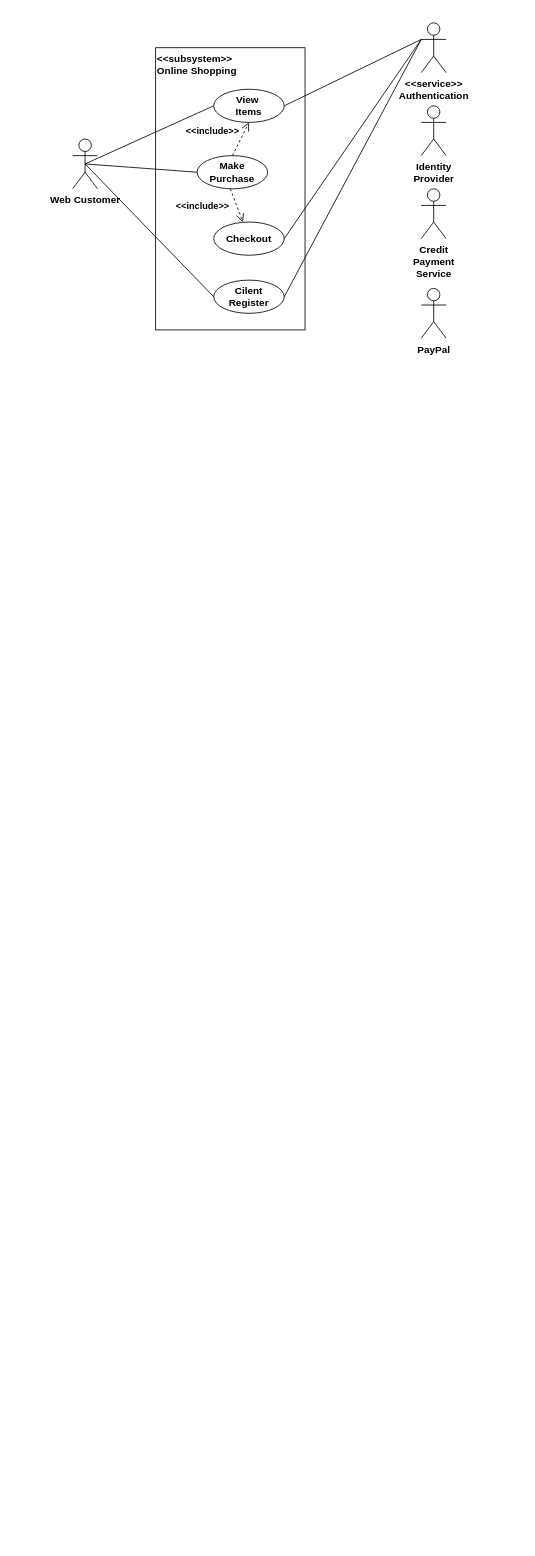
TrgPhan/OOAD-IAI-2025-by-Phan-Quang-Truong-K68AAI1 keeps this draw.io diagram as Use Case Diagram.drawio. Above is the earlier version. Source tidied: cells renumbered, new cells numbered last; positions are measured from the earlier drawing's top-left corner, leaving out a move shared by most shapes. Both pictures are drawn from the tidied source at 83%, with x=0, y=0 at pixel (72, 22).
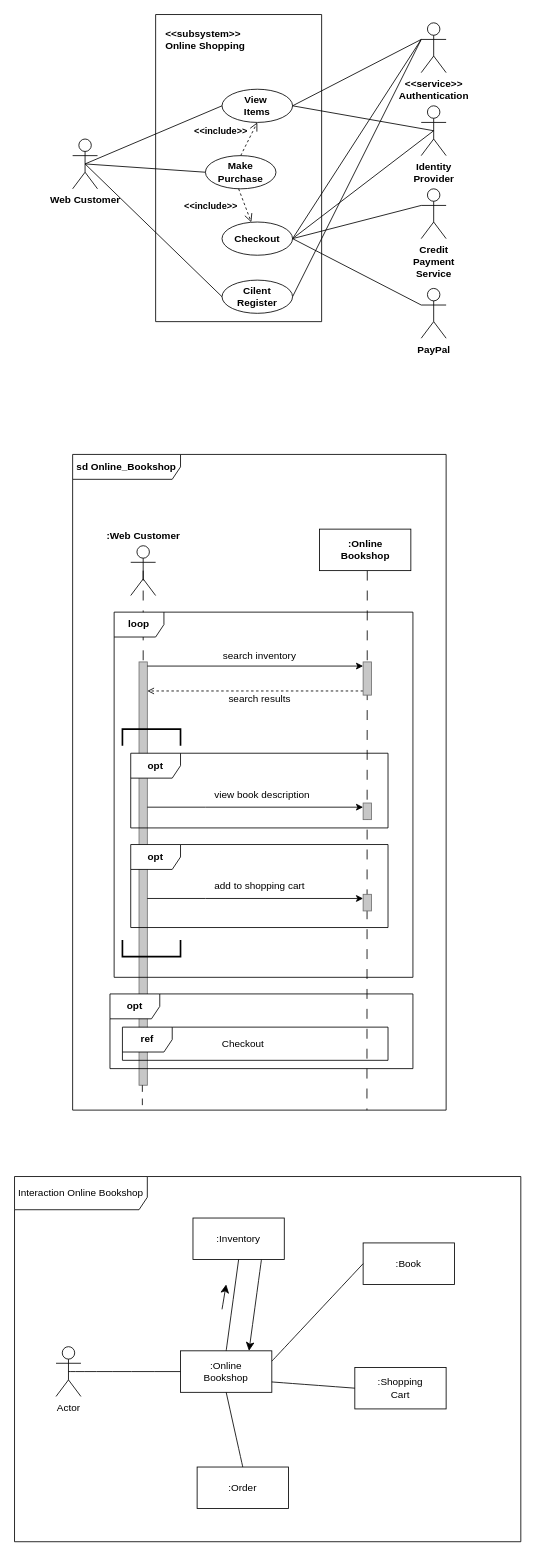
Above is the later version.

Unchanged cells that the change refers to:
```xml
<mxCell id="2" value="Web Customer" style="shape=umlActor;verticalLabelPosition=bottom;verticalAlign=top;html=1;outlineConnect=0;fontStyle=1;" parent="1" vertex="1">
  <mxGeometry y="140" width="30" height="60" as="geometry" />
</mxCell>
<mxCell id="13" value="&amp;lt;&amp;lt;service&amp;gt;&amp;gt;&lt;div&gt;Authentication&lt;/div&gt;" style="shape=umlActor;verticalLabelPosition=bottom;verticalAlign=top;html=1;fontStyle=1;" parent="1" vertex="1">
  <mxGeometry x="420" width="30" height="60" as="geometry" />
</mxCell>
<mxCell id="17" value="Identity&lt;div&gt;Provider&lt;/div&gt;" style="shape=umlActor;verticalLabelPosition=bottom;verticalAlign=top;html=1;fontStyle=1;" parent="1" vertex="1">
  <mxGeometry x="420" y="100" width="30" height="60" as="geometry" />
</mxCell>
<mxCell id="18" value="Credit&lt;div&gt;Payment&lt;/div&gt;&lt;div&gt;Service&lt;/div&gt;" style="shape=umlActor;verticalLabelPosition=bottom;verticalAlign=top;html=1;fontStyle=1;" parent="1" vertex="1">
  <mxGeometry x="420" y="200" width="30" height="60" as="geometry" />
</mxCell>
<mxCell id="19" value="PayPal" style="shape=umlActor;verticalLabelPosition=bottom;verticalAlign=top;html=1;fontStyle=1;" parent="1" vertex="1">
  <mxGeometry x="420" y="320" width="30" height="60" as="geometry" />
</mxCell>
```

The edit, as a diff of the source:
```diff
@@
+    <mxCell id="20" style="edgeStyle=orthogonalEdgeStyle;rounded=0;orthogonalLoop=1;jettySize=auto;html=1;entryX=0.788;entryY=1.008;entryDx=0;entryDy=0;entryPerimeter=0;dashed=1;dashPattern=12 12;endArrow=none;startFill=0;" parent="1" edge="1">
+      <mxGeometry relative="1" as="geometry">
+        <mxPoint x="355" y="660" as="sourcePoint" />
+        <mxPoint x="354.6" y="1310" as="targetPoint" />
+        <Array as="points">
+          <mxPoint x="355" y="660" />
+        </Array>
+      </mxGeometry>
+    </mxCell>
@@
-    <mxCell id="3" value="&amp;lt;&amp;lt;subsystem&amp;gt;&amp;gt;&lt;div&gt;Online Shopping&lt;/div&gt;" style="rounded=0;whiteSpace=wrap;html=1;align=left;verticalAlign=top;fontStyle=1;" parent="1" vertex="1">
-      <mxGeometry x="100" y="30" width="180" height="340" as="geometry" />
-    </mxCell>
-    <mxCell id="4" value="View&amp;nbsp;&lt;div&gt;Items&lt;/div&gt;" style="ellipse;whiteSpace=wrap;html=1;fontStyle=1;" parent="1" vertex="1">
-      <mxGeometry x="170" y="80" width="85" height="40" as="geometry" />
-    </mxCell>
-    <mxCell id="5" value="Make&lt;div&gt;Purchase&lt;/div&gt;" style="ellipse;whiteSpace=wrap;html=1;fontStyle=1;" parent="1" vertex="1">
-      <mxGeometry x="150" y="160" width="85" height="40" as="geometry" />
-    </mxCell>
-    <mxCell id="6" value="Checkout" style="ellipse;whiteSpace=wrap;html=1;fontStyle=1;" parent="1" vertex="1">
-      <mxGeometry x="170" y="240" width="85" height="40" as="geometry" />
-    </mxCell>
-    <mxCell id="7" value="Cilent&lt;div&gt;Register&lt;/div&gt;" style="ellipse;whiteSpace=wrap;html=1;fontStyle=1;" parent="1" vertex="1">
-      <mxGeometry x="170" y="310" width="85" height="40" as="geometry" />
-    </mxCell>
@@
-    <mxCell id="10" style="endArrow=none;html=1;rounded=0;entryX=0;entryY=0.5;entryDx=0;entryDy=0;exitX=0.5;exitY=0.5;exitDx=0;exitDy=0;exitPerimeter=0;fontStyle=1;" parent="1" edge="1" source="2" target="7">
+    <mxCell id="10" style="endArrow=none;html=1;rounded=0;exitX=0.5;exitY=0.5;exitDx=0;exitDy=0;exitPerimeter=0;fontStyle=1;entryX=0;entryY=0.5;entryDx=0;entryDy=0;entryPerimeter=0;" parent="1" edge="1" source="2" target="7">
       <mxGeometry relative="1" as="geometry" />
     </mxCell>
-    <mxCell id="11" value="&amp;lt;&amp;lt;include&amp;gt;&amp;gt;" style="html=1;verticalAlign=bottom;endArrow=open;dashed=1;endSize=8;curved=0;rounded=0;entryX=0.5;entryY=1;entryDx=0;entryDy=0;exitX=0.5;exitY=0;exitDx=0;exitDy=0;align=right;fontStyle=1;" parent="1" edge="1" source="5" target="4">
-      <mxGeometry relative="1" as="geometry" />
-    </mxCell>
-    <mxCell id="12" value="&amp;lt;&amp;lt;include&amp;gt;&amp;gt;" style="html=1;verticalAlign=bottom;endArrow=open;dashed=1;endSize=8;curved=0;rounded=0;align=right;fontStyle=1;" parent="1" edge="1" target="6">
-      <mxGeometry x="0.3" y="-11" relative="1" as="geometry">
-        <mxPoint x="190" y="200" as="sourcePoint" />
-      </mxGeometry>
-    </mxCell>
@@
-    <mxCell id="16" style="endArrow=none;html=1;rounded=0;exitX=1;exitY=0.5;exitDx=0;exitDy=0;entryX=0;entryY=0.3333333333333333;entryDx=0;entryDy=0;entryPerimeter=0;fontStyle=1;" parent="1" edge="1" source="7" target="13">
+    <mxCell id="16" style="endArrow=none;html=1;rounded=0;exitX=1;exitY=0.5;exitDx=0;exitDy=0;entryX=0;entryY=0.3333333333333333;entryDx=0;entryDy=0;entryPerimeter=0;fontStyle=1;exitPerimeter=0;" parent="1" edge="1" source="7" target="13">
       <mxGeometry relative="1" as="geometry" />
     </mxCell>
@@
+    <mxCell id="21" style="swimlane;startSize=0;" parent="1" vertex="1">
+      <mxGeometry x="100" y="-10" width="200" height="370" as="geometry" />
+    </mxCell>
+    <mxCell id="22" style="group;" parent="21" vertex="1">
+      <mxGeometry x="60" y="90" width="105" height="270" as="geometry" />
+    </mxCell>
+    <mxCell id="4" value="View&amp;nbsp;&lt;div&gt;Items&lt;/div&gt;" style="ellipse;whiteSpace=wrap;html=1;fontStyle=1;" parent="22" vertex="1">
+      <mxGeometry x="20" width="85" height="40" as="geometry" />
+    </mxCell>
+    <mxCell id="5" value="Make&lt;div&gt;Purchase&lt;/div&gt;" style="ellipse;whiteSpace=wrap;html=1;fontStyle=1;" parent="22" vertex="1">
+      <mxGeometry y="80" width="85" height="40" as="geometry" />
+    </mxCell>
+    <mxCell id="6" value="Checkout" style="ellipse;whiteSpace=wrap;html=1;fontStyle=1;" parent="22" vertex="1">
+      <mxGeometry x="20" y="160" width="85" height="40" as="geometry" />
+    </mxCell>
+    <mxCell id="7" value="Cilent&lt;div&gt;Register&lt;/div&gt;" style="ellipse;whiteSpace=wrap;html=1;fontStyle=1;" parent="22" vertex="1">
+      <mxGeometry x="20" y="230" width="85" height="40" as="geometry" />
+    </mxCell>
+    <mxCell id="11" value="&amp;lt;&amp;lt;include&amp;gt;&amp;gt;" style="html=1;verticalAlign=bottom;endArrow=open;dashed=1;endSize=8;curved=0;rounded=0;entryX=0.5;entryY=1;entryDx=0;entryDy=0;exitX=0.5;exitY=0;exitDx=0;exitDy=0;align=right;fontStyle=1;" parent="22" edge="1" source="5" target="4">
+      <mxGeometry relative="1" as="geometry" />
+    </mxCell>
+    <mxCell id="12" value="&amp;lt;&amp;lt;include&amp;gt;&amp;gt;" style="html=1;verticalAlign=bottom;endArrow=open;dashed=1;endSize=8;curved=0;rounded=0;align=right;fontStyle=1;" parent="22" edge="1" target="6">
+      <mxGeometry x="0.3" y="-11" relative="1" as="geometry">
+        <mxPoint x="40" y="120" as="sourcePoint" />
+      </mxGeometry>
+    </mxCell>
+    <mxCell id="3" value="&amp;lt;&amp;lt;subsystem&amp;gt;&amp;gt;&lt;div&gt;Online Shopping&lt;/div&gt;" style="text;html=1;align=left;verticalAlign=middle;strokeColor=none;fillColor=none;fontStyle=1;" parent="21" vertex="1">
+      <mxGeometry x="10" y="10" width="110" height="40" as="geometry" />
+    </mxCell>
+    <mxCell id="23" style="endArrow=none;html=1;rounded=0;exitX=1;exitY=0.5;exitDx=0;exitDy=0;entryX=0.5;entryY=0.5;entryDx=0;entryDy=0;entryPerimeter=0;" parent="1" edge="1" source="4" target="17">
+      <mxGeometry relative="1" as="geometry" />
+    </mxCell>
+    <mxCell id="24" style="endArrow=none;html=1;rounded=0;exitX=1;exitY=0.5;exitDx=0;exitDy=0;entryX=0.5;entryY=0.5;entryDx=0;entryDy=0;entryPerimeter=0;" parent="1" edge="1" source="6" target="17">
+      <mxGeometry relative="1" as="geometry" />
+    </mxCell>
+    <mxCell id="25" style="endArrow=none;html=1;rounded=0;exitX=1;exitY=0.5;exitDx=0;exitDy=0;entryX=0;entryY=0.3333333333333333;entryDx=0;entryDy=0;entryPerimeter=0;" parent="1" edge="1" source="6" target="18">
+      <mxGeometry relative="1" as="geometry" />
+    </mxCell>
+    <mxCell id="26" style="endArrow=none;html=1;rounded=0;exitX=1;exitY=0.5;exitDx=0;exitDy=0;entryX=0;entryY=0.3333333333333333;entryDx=0;entryDy=0;entryPerimeter=0;" parent="1" edge="1" source="6" target="19">
+      <mxGeometry relative="1" as="geometry" />
+    </mxCell>
+    <mxCell id="27" value="sd Online_Bookshop" style="shape=umlFrame;whiteSpace=wrap;html=1;width=130;height=30;fontStyle=1;" parent="1" vertex="1">
+      <mxGeometry y="520" width="450" height="790" as="geometry" />
+    </mxCell>
+    <mxCell id="28" style="edgeStyle=orthogonalEdgeStyle;rounded=0;jettySize=auto;html=1;exitX=0.5;exitY=0.5;exitDx=0;exitDy=0;exitPerimeter=0;endArrow=none;startFill=0;dashed=1;dashPattern=12 12;fontStyle=1;" parent="1" edge="1" source="29" target="30">
+      <mxGeometry relative="1" as="geometry">
+        <Array as="points">
+          <mxPoint x="85" y="810" />
+          <mxPoint x="85" y="810" />
+        </Array>
+      </mxGeometry>
+    </mxCell>
+    <mxCell id="29" value=":Web Customer" style="shape=umlActor;verticalLabelPosition=bottom;verticalAlign=top;html=1;spacingTop=-85;fontStyle=1;" parent="1" vertex="1">
+      <mxGeometry x="70" y="630" width="30" height="60" as="geometry" />
+    </mxCell>
+    <mxCell id="30" style="html=1;points=[[0,0,0,0,5],[0,1,0,0,-5],[1,0,0,0,5],[1,1,0,0,-5]];perimeter=orthogonalPerimeter;outlineConnect=0;targetShapes=umlLifeline;portConstraint=eastwest;newEdgeStyle={&quot;curved&quot;:0,&quot;rounded&quot;:0};fillColor=light-dark(#c7c7c7, #ededed);strokeColor=light-dark(#707070, #ededed);fontStyle=1;" parent="1" vertex="1">
+      <mxGeometry x="80" y="770" width="10" height="510" as="geometry" />
+    </mxCell>
+    <mxCell id="31" value="loop" style="shape=umlFrame;whiteSpace=wrap;html=1;fontStyle=1;" parent="1" vertex="1">
+      <mxGeometry x="50" y="710" width="360" height="440" as="geometry" />
+    </mxCell>
+    <mxCell id="32" style="html=1;verticalAlign=bottom;endArrow=none;dashed=1;endSize=8;curved=0;rounded=0;startFill=0;dashPattern=8 8;fontStyle=1;" parent="1" edge="1" source="30">
+      <mxGeometry x="-0.28" y="16" relative="1" as="geometry">
+        <mxPoint x="84" y="1310" as="targetPoint" />
+      </mxGeometry>
+    </mxCell>
+    <mxCell id="33" value="opt" style="shape=umlFrame;whiteSpace=wrap;html=1;fontStyle=1;" parent="1" vertex="1">
+      <mxGeometry x="70" y="880" width="310" height="90" as="geometry" />
+    </mxCell>
+    <mxCell id="34" value="opt" style="shape=umlFrame;whiteSpace=wrap;html=1;fontStyle=1;" parent="1" vertex="1">
+      <mxGeometry x="70" y="990" width="310" height="100" as="geometry" />
+    </mxCell>
+    <mxCell id="35" value="opt" style="shape=umlFrame;whiteSpace=wrap;html=1;fontStyle=1;" parent="1" vertex="1">
+      <mxGeometry x="45" y="1170" width="365" height="90" as="geometry" />
+    </mxCell>
+    <mxCell id="36" value="Checkout" style="text;html=1;align=center;verticalAlign=middle;strokeColor=none;fillColor=none;" parent="1" vertex="1">
+      <mxGeometry x="170" y="1215" width="70" height="30" as="geometry" />
+    </mxCell>
+    <mxCell id="37" value=":Online&lt;div&gt;Bookshop&lt;/div&gt;" style="html=1;whiteSpace=wrap;fontStyle=1;" parent="1" vertex="1">
+      <mxGeometry x="297.5" y="610" width="110" height="50" as="geometry" />
+    </mxCell>
+    <mxCell id="38" style="edgeStyle=orthogonalEdgeStyle;rounded=0;jettySize=auto;html=1;curved=0;exitX=0;exitY=1;exitDx=0;exitDy=-5;exitPerimeter=0;dashed=1;endArrow=open;endFill=0;" parent="1" edge="1" source="39" target="30">
+      <mxGeometry relative="1" as="geometry">
+        <Array as="points">
+          <mxPoint x="160" y="805" />
+          <mxPoint x="160" y="805" />
+        </Array>
+      </mxGeometry>
+    </mxCell>
+    <mxCell id="39" style="html=1;points=[[0,0,0,0,5],[0,1,0,0,-5],[1,0,0,0,5],[1,1,0,0,-5]];perimeter=orthogonalPerimeter;outlineConnect=0;targetShapes=umlLifeline;portConstraint=eastwest;newEdgeStyle={&quot;curved&quot;:0,&quot;rounded&quot;:0};fillColor=light-dark(#c7c7c7, #ededed);strokeColor=light-dark(#707070, #ededed);" parent="1" vertex="1">
+      <mxGeometry x="350" y="770" width="10" height="40" as="geometry" />
+    </mxCell>
+    <mxCell id="40" style="edgeStyle=orthogonalEdgeStyle;rounded=0;jettySize=auto;html=1;curved=0;exitX=1;exitY=0;exitDx=0;exitDy=5;exitPerimeter=0;entryX=0;entryY=0;entryDx=0;entryDy=5;entryPerimeter=0;" parent="1" edge="1" source="30" target="39">
+      <mxGeometry relative="1" as="geometry" />
+    </mxCell>
+    <mxCell id="41" value="search inventory" style="text;html=1;align=center;verticalAlign=middle;strokeColor=none;fillColor=none;" parent="1" vertex="1">
+      <mxGeometry x="170" y="748" width="110" height="30" as="geometry" />
+    </mxCell>
+    <mxCell id="42" value="search results" style="text;html=1;align=center;verticalAlign=middle;strokeColor=none;fillColor=none;" parent="1" vertex="1">
+      <mxGeometry x="175" y="800" width="100" height="30" as="geometry" />
+    </mxCell>
+    <mxCell id="43" style="strokeWidth=2;html=1;shape=mxgraph.flowchart.annotation_1;align=left;rotation=90;" parent="1" vertex="1">
+      <mxGeometry x="85" y="826" width="20" height="70" as="geometry" />
+    </mxCell>
+    <mxCell id="44" style="strokeWidth=2;html=1;shape=mxgraph.flowchart.annotation_1;align=left;rotation=-90;" parent="1" vertex="1">
+      <mxGeometry x="85" y="1080" width="20" height="70" as="geometry" />
+    </mxCell>
+    <mxCell id="45" style="html=1;points=[[0,0,0,0,5],[0,1,0,0,-5],[1,0,0,0,5],[1,1,0,0,-5]];perimeter=orthogonalPerimeter;outlineConnect=0;targetShapes=umlLifeline;portConstraint=eastwest;newEdgeStyle={&quot;curved&quot;:0,&quot;rounded&quot;:0};fillColor=light-dark(#c7c7c7, #ededed);strokeColor=light-dark(#707070, #ededed);" parent="1" vertex="1">
+      <mxGeometry x="350" y="940" width="10" height="20" as="geometry" />
+    </mxCell>
+    <mxCell id="46" style="edgeStyle=orthogonalEdgeStyle;rounded=0;jettySize=auto;html=1;curved=0;exitX=0;exitY=0;exitDx=0;exitDy=5;exitPerimeter=0;endArrow=none;startFill=1;startArrow=classic;" parent="1" edge="1" source="45" target="30">
+      <mxGeometry relative="1" as="geometry">
+        <Array as="points">
+          <mxPoint x="160" y="945" />
+          <mxPoint x="160" y="945" />
+        </Array>
+      </mxGeometry>
+    </mxCell>
+    <mxCell id="47" value="view book description" style="text;html=1;align=center;verticalAlign=middle;strokeColor=none;fillColor=none;" parent="1" vertex="1">
+      <mxGeometry x="157.5" y="915" width="140" height="30" as="geometry" />
+    </mxCell>
+    <mxCell id="48" style="edgeStyle=orthogonalEdgeStyle;rounded=0;jettySize=auto;html=1;curved=0;exitX=0;exitY=0;exitDx=0;exitDy=5;exitPerimeter=0;startArrow=classic;startFill=1;endArrow=none;" parent="1" edge="1" source="49" target="30">
+      <mxGeometry relative="1" as="geometry">
+        <Array as="points">
+          <mxPoint x="160" y="1055" />
+          <mxPoint x="160" y="1055" />
+        </Array>
+      </mxGeometry>
+    </mxCell>
+    <mxCell id="49" style="html=1;points=[[0,0,0,0,5],[0,1,0,0,-5],[1,0,0,0,5],[1,1,0,0,-5]];perimeter=orthogonalPerimeter;outlineConnect=0;targetShapes=umlLifeline;portConstraint=eastwest;newEdgeStyle={&quot;curved&quot;:0,&quot;rounded&quot;:0};fillColor=light-dark(#c7c7c7, #ededed);strokeColor=light-dark(#707070, #ededed);" parent="1" vertex="1">
+      <mxGeometry x="350" y="1050" width="10" height="20" as="geometry" />
+    </mxCell>
+    <mxCell id="50" value="add to shopping cart" style="text;html=1;align=center;verticalAlign=middle;strokeColor=none;fillColor=none;" parent="1" vertex="1">
+      <mxGeometry x="160" y="1025" width="130" height="30" as="geometry" />
+    </mxCell>
+    <mxCell id="51" value="ref" style="shape=umlFrame;whiteSpace=wrap;html=1;fontStyle=1;" parent="1" vertex="1">
+      <mxGeometry x="60" y="1210" width="320" height="40" as="geometry" />
+    </mxCell>
+    <mxCell id="52" value="Interaction Online Bookshop" style="shape=umlFrame;whiteSpace=wrap;html=1;width=160;height=40;" parent="1" vertex="1">
+      <mxGeometry x="-70" y="1390" width="610" height="440" as="geometry" />
+    </mxCell>
+    <mxCell id="53" value="Actor" style="shape=umlActor;verticalLabelPosition=bottom;verticalAlign=top;html=1;outlineConnect=0;" parent="1" vertex="1">
+      <mxGeometry x="-20" y="1595" width="30" height="60" as="geometry" />
+    </mxCell>
+    <mxCell id="54" value=":Online&lt;div&gt;Bookshop&lt;/div&gt;" style="html=1;whiteSpace=wrap;" parent="1" vertex="1">
+      <mxGeometry x="130" y="1600" width="110" height="50" as="geometry" />
+    </mxCell>
+    <mxCell id="55" style="edgeStyle=none;curved=1;rounded=0;jettySize=auto;html=1;exitX=0.75;exitY=1;exitDx=0;exitDy=0;entryX=0.75;entryY=0;entryDx=0;entryDy=0;fontSize=12;startSize=8;endSize=8;" parent="1" edge="1" source="56" target="54">
+      <mxGeometry relative="1" as="geometry" />
+    </mxCell>
+    <mxCell id="56" value=":Inventory" style="html=1;whiteSpace=wrap;" parent="1" vertex="1">
+      <mxGeometry x="145" y="1440" width="110" height="50" as="geometry" />
+    </mxCell>
+    <mxCell id="57" value=":Shopping&lt;div&gt;Cart&lt;/div&gt;" style="html=1;whiteSpace=wrap;" parent="1" vertex="1">
+      <mxGeometry x="340" y="1620" width="110" height="50" as="geometry" />
+    </mxCell>
+    <mxCell id="58" value=":Book" style="html=1;whiteSpace=wrap;" parent="1" vertex="1">
+      <mxGeometry x="350" y="1470" width="110" height="50" as="geometry" />
+    </mxCell>
+    <mxCell id="59" value=":Order" style="html=1;whiteSpace=wrap;" parent="1" vertex="1">
+      <mxGeometry x="150" y="1740" width="110" height="50" as="geometry" />
+    </mxCell>
+    <mxCell id="60" style="endArrow=none;html=1;rounded=0;fontSize=12;startSize=8;endSize=8;curved=1;exitX=0.5;exitY=0.5;exitDx=0;exitDy=0;exitPerimeter=0;entryX=0;entryY=0.5;entryDx=0;entryDy=0;" parent="1" edge="1" source="53" target="54">
+      <mxGeometry relative="1" as="geometry" />
+    </mxCell>
+    <mxCell id="61" style="endArrow=none;html=1;rounded=0;fontSize=12;startSize=8;endSize=8;curved=1;exitX=0.5;exitY=0;exitDx=0;exitDy=0;entryX=0.5;entryY=1;entryDx=0;entryDy=0;" parent="1" edge="1" source="54" target="56">
+      <mxGeometry relative="1" as="geometry" />
+    </mxCell>
+    <mxCell id="62" style="endArrow=none;html=1;rounded=0;fontSize=12;startSize=8;endSize=8;curved=1;entryX=0.5;entryY=1;entryDx=0;entryDy=0;exitX=0.5;exitY=0;exitDx=0;exitDy=0;" parent="1" edge="1" source="59" target="54">
+      <mxGeometry relative="1" as="geometry" />
+    </mxCell>
+    <mxCell id="63" style="endArrow=none;html=1;rounded=0;fontSize=12;startSize=8;endSize=8;curved=1;exitX=1;exitY=0.75;exitDx=0;exitDy=0;entryX=0;entryY=0.5;entryDx=0;entryDy=0;" parent="1" edge="1" source="54" target="57">
+      <mxGeometry relative="1" as="geometry" />
+    </mxCell>
+    <mxCell id="64" style="endArrow=none;html=1;rounded=0;fontSize=12;startSize=8;endSize=8;curved=1;exitX=1;exitY=0.25;exitDx=0;exitDy=0;entryX=0;entryY=0.5;entryDx=0;entryDy=0;" parent="1" edge="1" source="54" target="58">
+      <mxGeometry relative="1" as="geometry" />
+    </mxCell>
+    <mxCell id="65" style="edgeStyle=none;orthogonalLoop=1;jettySize=auto;html=1;rounded=0;fontSize=12;startSize=8;endSize=8;curved=1;entryX=0.5;entryY=1;entryDx=0;entryDy=0;" parent="1" edge="1">
+      <mxGeometry relative="1" as="geometry">
+        <mxPoint x="180" y="1550" as="sourcePoint" />
+        <mxPoint x="185" y="1520" as="targetPoint" />
+      </mxGeometry>
+    </mxCell>
```
